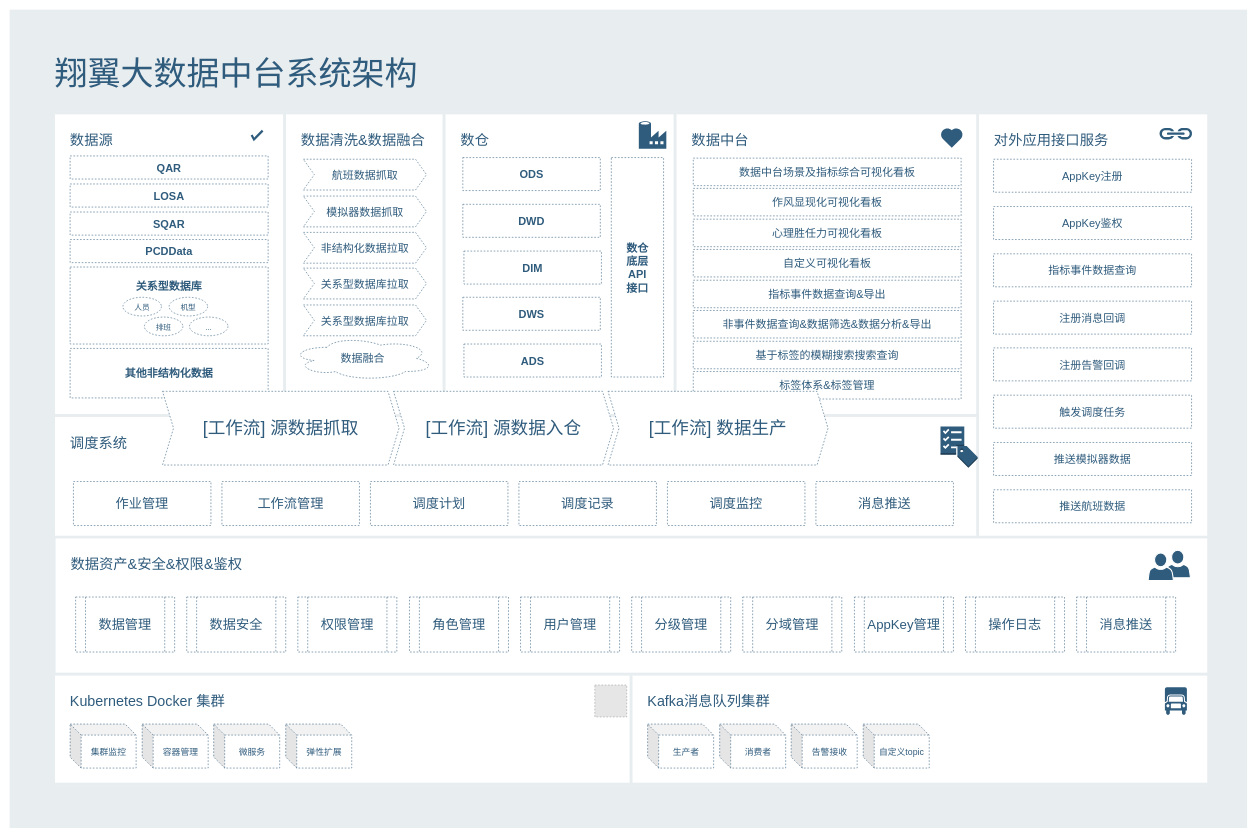
Above: xiangyi_datawarehouse.drawio in chruit30/draw.io (draw.io), before the change. Source tidied: cells renumbered, new cells numbered last; positions are measured from the earlier drawing's top-left corner, leaving out a move shared by most shapes. Both pictures are drawn from the tidied source at 55%, with x=0, y=0 at pixel (9, 9). Pictures stored in the file or linked from it are replaced by grey dashed boxes.
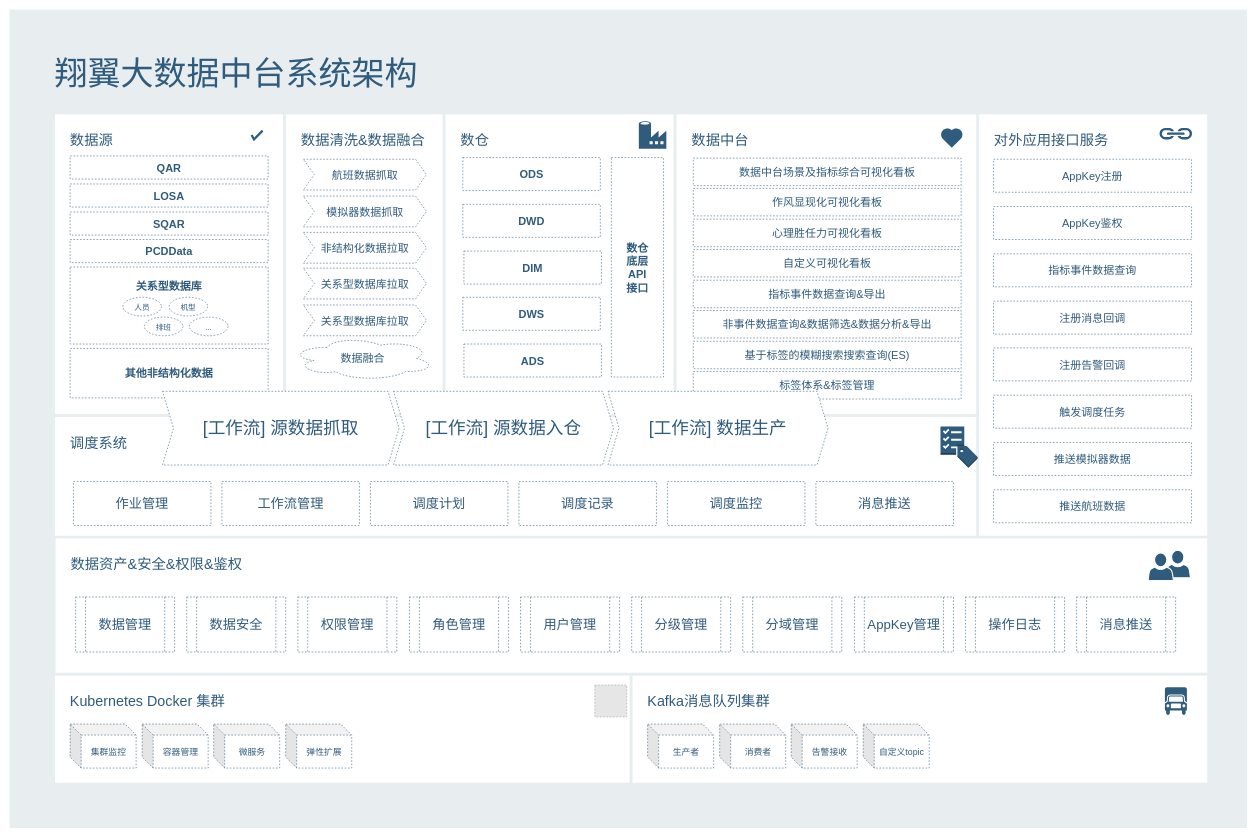
The same diagram, later.

What changed in the source:
```diff
@@
-    <mxCell id="72" value="&lt;font style=&quot;font-size: 20px;&quot;&gt;基于标签的模糊搜索搜索查询&lt;/font&gt;" style="rounded=0;whiteSpace=wrap;html=1;strokeColor=#2F5B7C;dashed=1;fontColor=#2F5B7C;" parent="1" vertex="1">
+    <mxCell id="72" value="&lt;font style=&quot;font-size: 20px;&quot;&gt;基于标签的模糊搜索搜索查询(ES)&lt;/font&gt;" style="rounded=0;whiteSpace=wrap;html=1;strokeColor=#2F5B7C;dashed=1;fontColor=#2F5B7C;" parent="1" vertex="1">
       <mxGeometry x="1243" y="603" width="487" height="50" as="geometry" />
     </mxCell>
```
